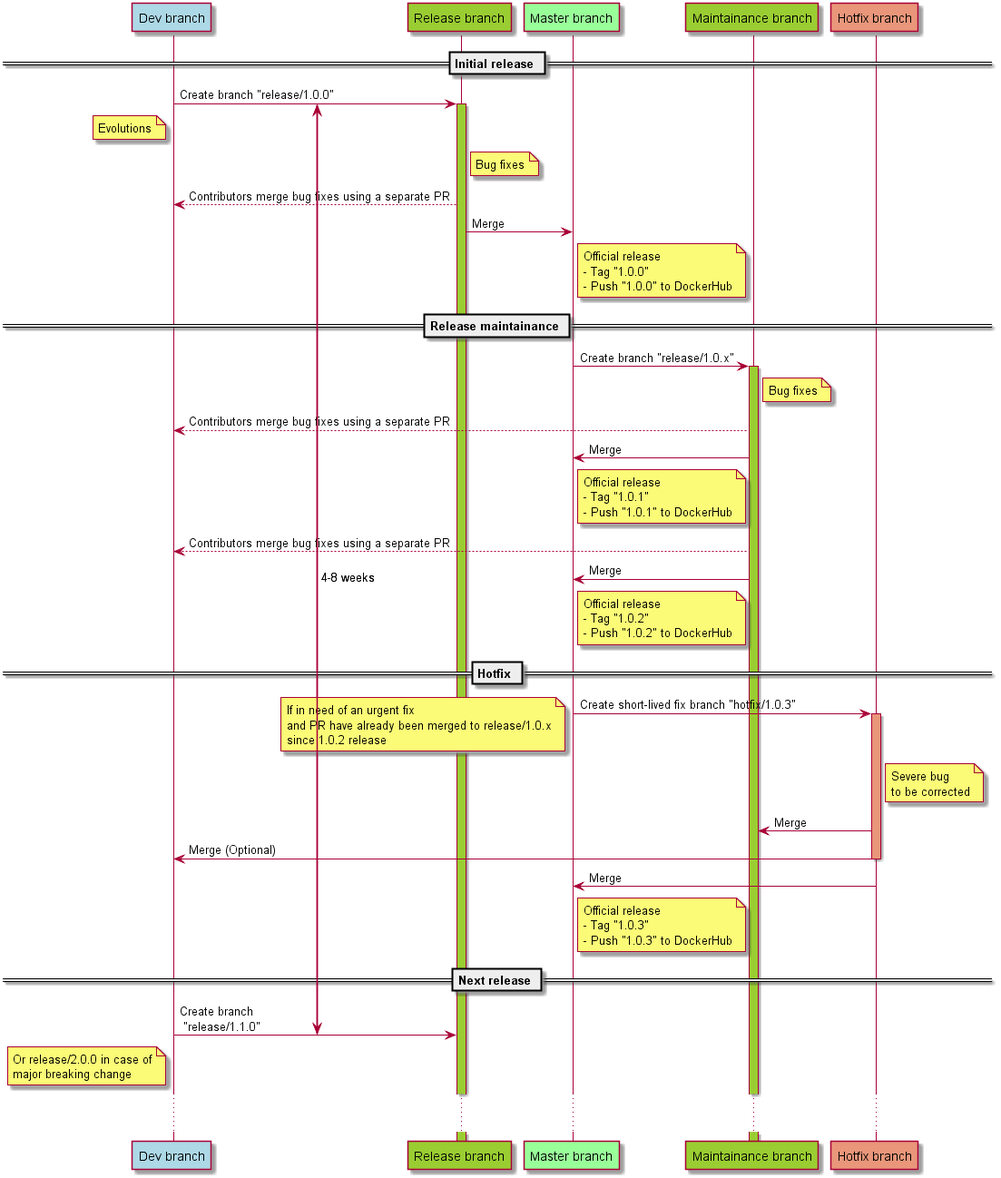
Earlier version of the PlantUML export doc/branching_model.png (DefectDojo/django-DefectDojo). The source it was exported from:
```plantuml
@startuml
!pragma teoz true

== Initial release ==
participant "Dev branch" as devbranch order 10 #LightBlue
participant "Release branch" as rlsbranch order 20 #YellowGreen
participant "Master branch" as master order 30 #99FF99
participant "Maintainance branch" as maintainbranch order 40 #YellowGreen
participant "Hotfix branch" as hotbranch order 40 #DarkSalmon

{startrc} devbranch -> rlsbranch ++ #YellowGreen: Create branch "release/1.0.0"


note left of devbranch
  Evolutions
end note


note right of rlsbranch
  Bug fixes
end note

rlsbranch --> devbranch: Contributors merge bug fixes using a separate PR



rlsbranch -> master: Merge
note right of master
    Official release
    - Tag "1.0.0"
    - Push "1.0.0" to DockerHub
end note

== Release maintainance ==
master -> maintainbranch ++ #YellowGreen: Create branch "release/1.0.x"

note right of maintainbranch
  Bug fixes
end note

maintainbranch --> devbranch: Contributors merge bug fixes using a separate PR


maintainbranch -> master: Merge
note right of master
    Official release
    - Tag "1.0.1"
    - Push "1.0.1" to DockerHub
end note

maintainbranch --> devbranch: Contributors merge bug fixes using a separate PR

maintainbranch -> master: Merge
note right of master
    Official release
    - Tag "1.0.2"
    - Push "1.0.2" to DockerHub
end note

== Hotfix ==

master -> hotbranch ++ #DarkSalmon: Create short-lived fix branch "hotfix/1.0.3"
note left
If in need of an urgent fix
and PR have already been merged to release/1.0.x
since 1.0.2 release
end note

note right of hotbranch
    Severe bug
    to be corrected
end note

hotbranch -> maintainbranch: Merge
hotbranch -> devbranch --: Merge (Optional)
hotbranch -> master --: Merge
note right of master
    Official release
    - Tag "1.0.3"
    - Push "1.0.3" to DockerHub
end note

== Next release ==
{endrc} devbranch -> rlsbranch: Create branch\n "release/1.1.0"
note left of devbranch
  Or release/2.0.0 in case of
  major breaking change
end note


... ...
{startrc} <-> {endrc}: \n4-8 weeks


@enduml
```
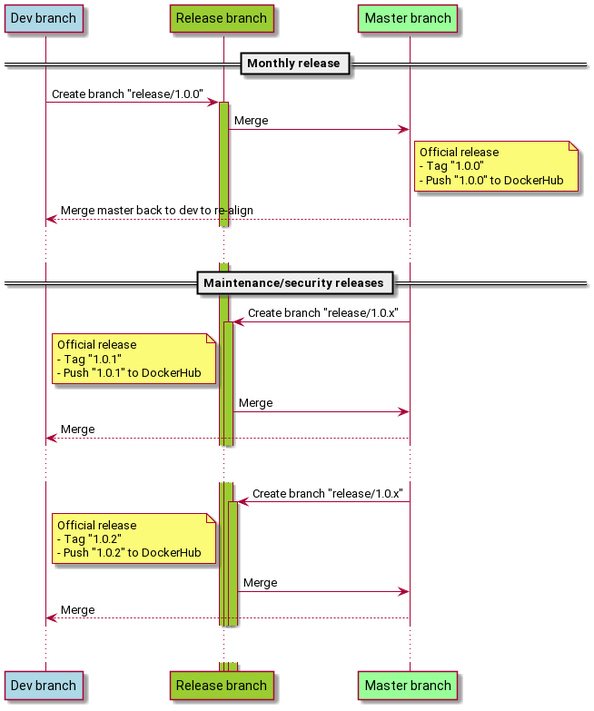
The same file after the commit.

The edit, as a diff of the source:
```diff
@@ -1,28 +1,12 @@
 @startuml
 !pragma teoz true
 
-== Initial release ==
+== Monthly release ==
 participant "Dev branch" as devbranch order 10 #LightBlue
 participant "Release branch" as rlsbranch order 20 #YellowGreen
 participant "Master branch" as master order 30 #99FF99
-participant "Maintainance branch" as maintainbranch order 40 #YellowGreen
-participant "Hotfix branch" as hotbranch order 40 #DarkSalmon
 
 {startrc} devbranch -> rlsbranch ++ #YellowGreen: Create branch "release/1.0.0"
-
-
-note left of devbranch
-  Evolutions
-end note
-
-
-note right of rlsbranch
-  Bug fixes
-end note
-
-rlsbranch --> devbranch: Contributors merge bug fixes using a separate PR
-
-
 
 rlsbranch -> master: Merge
 note right of master
@@ -31,65 +15,31 @@
     - Push "1.0.0" to DockerHub
 end note
 
-== Release maintainance ==
-master -> maintainbranch ++ #YellowGreen: Create branch "release/1.0.x"
+master --> devbranch: Merge master back to dev to re-align
 
-note right of maintainbranch
-  Bug fixes
-end note
+... ...
 
-maintainbranch --> devbranch: Contributors merge bug fixes using a separate PR
-
-
-maintainbranch -> master: Merge
-note right of master
+== Maintenance/security releases ==
+master -> rlsbranch ++ #YellowGreen: Create branch "release/1.0.x"
+note left of rlsbranch
     Official release
     - Tag "1.0.1"
     - Push "1.0.1" to DockerHub
 end note
+rlsbranch -> master: Merge
+master --> devbranch: Merge
 
-maintainbranch --> devbranch: Contributors merge bug fixes using a separate PR
+... ...
 
-maintainbranch -> master: Merge
-note right of master
+master -> rlsbranch ++ #YellowGreen: Create branch "release/1.0.x"
+note left of rlsbranch
     Official release
     - Tag "1.0.2"
     - Push "1.0.2" to DockerHub
 end note
-
-== Hotfix ==
-
-master -> hotbranch ++ #DarkSalmon: Create short-lived fix branch "hotfix/1.0.3"
-note left
-If in need of an urgent fix
-and PR have already been merged to release/1.0.x
-since 1.0.2 release
-end note
-
-note right of hotbranch
-    Severe bug
-    to be corrected
-end note
-
-hotbranch -> maintainbranch: Merge
-hotbranch -> devbranch --: Merge (Optional)
-hotbranch -> master --: Merge
-note right of master
-    Official release
-    - Tag "1.0.3"
-    - Push "1.0.3" to DockerHub
-end note
-
-== Next release ==
-{endrc} devbranch -> rlsbranch: Create branch\n "release/1.1.0"
-note left of devbranch
-  Or release/2.0.0 in case of
-  major breaking change
-end note
-
+rlsbranch -> master: Merge
+master --> devbranch: Merge
 
 ... ...
-{startrc} <-> {endrc}: \n4-8 weeks
-
 
 @enduml
```
